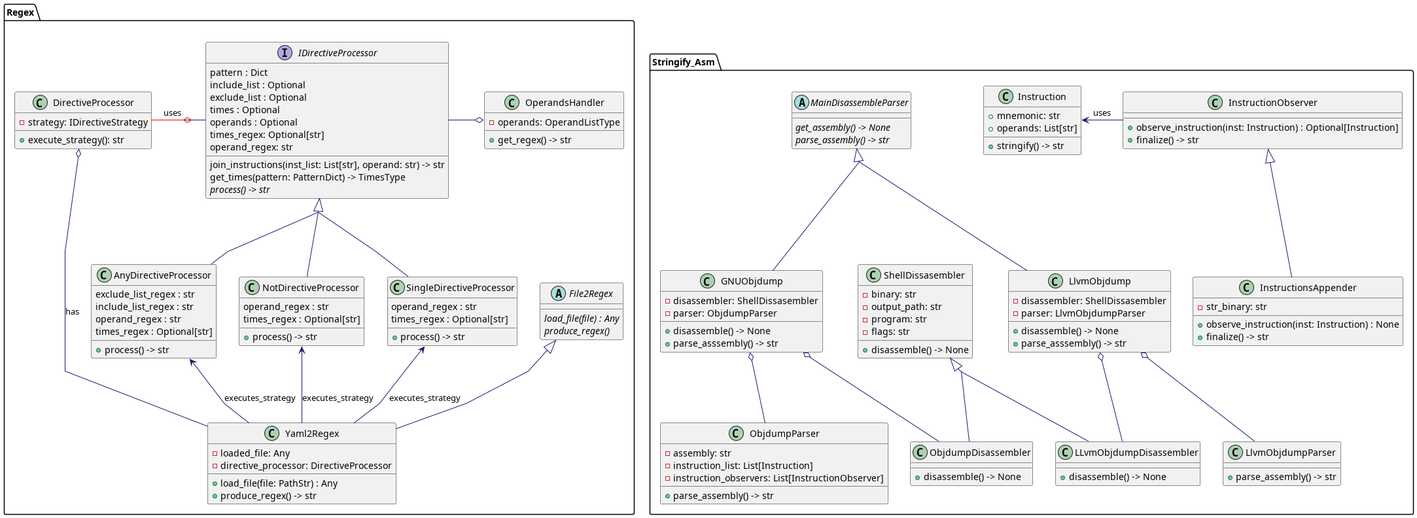
Above: design/diagram_class.png in JukMR/JASM (PlantUML), before the change.
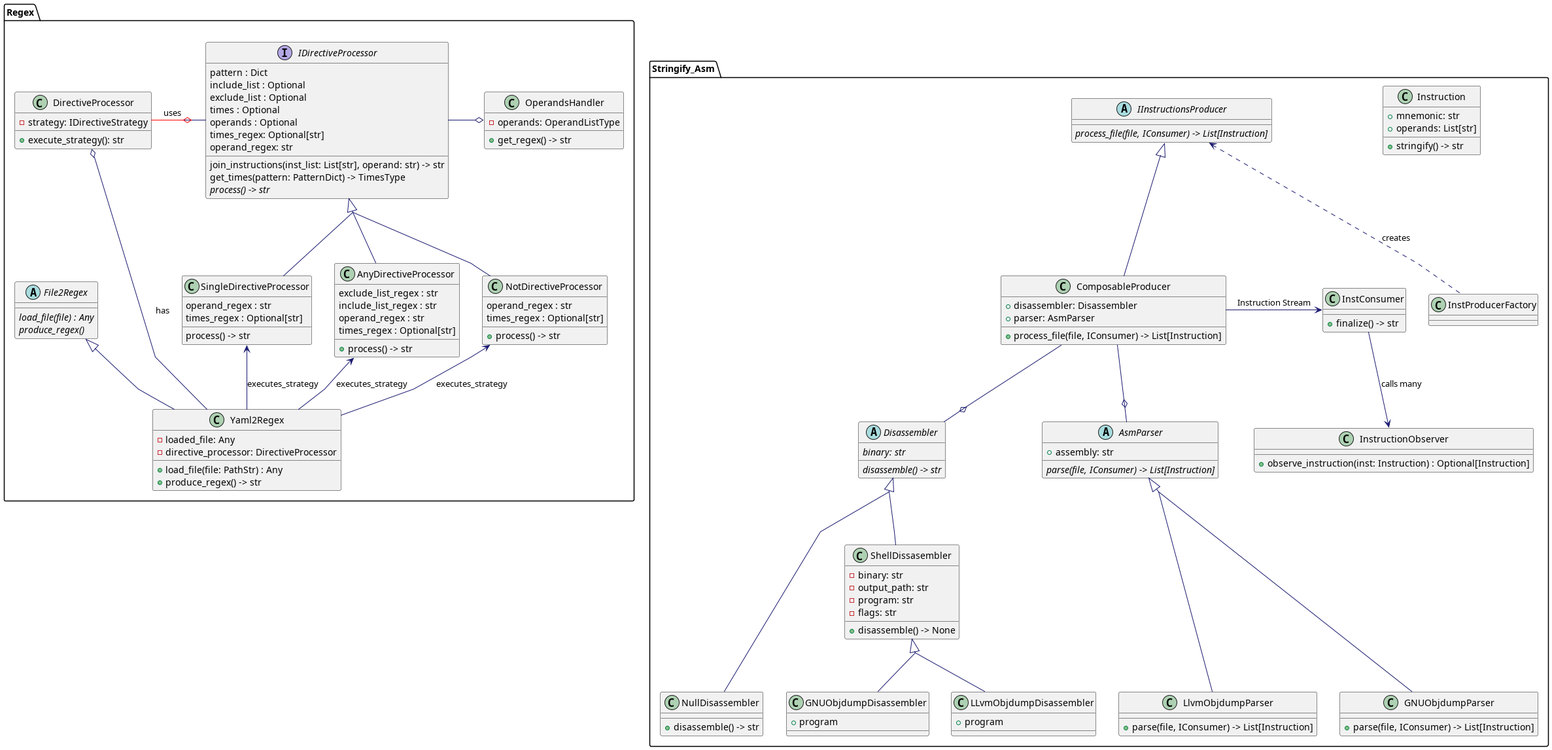
Above is the later version.

Commit message:
Add new design implemented by Dani

The edit, as a diff of the source:
```diff
@@ -14,66 +14,69 @@
 package "Stringify_Asm" {
 
     class Instruction {
-        +mnemonic: str
-        +operands: List[str]
-        +stringify() -> str
+        + mnemonic: str
+        + operands: List[str]
+        + stringify() -> str
     }
 
     class InstructionObserver {
-        +observe_instruction(inst: Instruction) : Optional[Instruction]
-        +finalize() -> str
+        + observe_instruction(inst: Instruction) : Optional[Instruction]
     }
 
-    abstract class MainDisassembleParser {
-        {abstract} get_assembly() -> None
-        {abstract} parse_assembly() -> str
+    abstract class Disassembler {
+        {abstract} binary: str
+        {abstract} disassemble() -> str
+    }
+
+    class GNUObjdumpDisassembler {
+        + program
     }
 
     class LLvmObjdumpDisassembler {
-        +disassemble() -> None
+        + program
+    }
+
+    class NullDisassembler {
+        + disassemble() -> str
+    }
+
+    abstract class AsmParser {
+        + assembly: str
+        {abstract} parse(file, IConsumer) -> List[Instruction]
     }
 
     class LlvmObjdumpParser {
-        +parse_assembly() -> str
+        + parse(file, IConsumer) -> List[Instruction]
     }
 
-    class LlvmObjdump {
-        -disassembler: ShellDissasembler
-        -parser: LlvmObjdumpParser
-        +disassemble() -> None
-        +parse_asssembly() -> str
+    abstract class IInstructionsProducer {
+        {abstract} process_file(file, IConsumer) -> List[Instruction]
     }
 
-    class ObjdumpDisassembler {
-        +disassemble() -> None
+    class ComposableProducer {
+        + disassembler: Disassembler
+        + parser: AsmParser
+        + process_file(file, IConsumer) -> List[Instruction]
     }
 
-    class ObjdumpParser {
-        -assembly: str
-        -instruction_list: List[Instruction]
-        -instruction_observers: List[InstructionObserver]
-        +parse_assembly() -> str
-    }
-
-    class GNUObjdump {
-        -disassembler: ShellDissasembler
-        -parser: ObjdumpParser
-        +disassemble() -> None
-        +parse_asssembly() -> str
-    }
-
-    class InstructionsAppender {
-        -str_binary: str
-        +observe_instruction(inst: Instruction) : None
-        +finalize() -> str
+    class GNUObjdumpParser {
+        + parse(file, IConsumer) -> List[Instruction]
     }
 
     class ShellDissasembler {
-        -binary: str
-        -output_path: str
-        -program: str
-        -flags: str
-        +disassemble() -> None
+        - binary: str
+        - output_path: str
+        - program: str
+        - flags: str
+        + disassemble() -> None
+    }
+
+    class InstConsumer {
+        + finalize() -> str
+    }
+
+    class InstProducerFactory {
+
     }
 }
 
@@ -85,58 +88,58 @@
     }
 
     class Yaml2Regex {
-        -loaded_file: Any
-        -directive_processor: DirectiveProcessor
-        +load_file(file: PathStr) : Any
-        +produce_regex() -> str
+        - loaded_file: Any
+        - directive_processor: DirectiveProcessor
+        + load_file(file: PathStr) : Any
+        + produce_regex() -> str
     }
 
     class OperandsHandler {
-        -operands: OperandListType
-        +get_regex() -> str
+        - operands: OperandListType
+        + get_regex() -> str
     }
 
     class DirectiveProcessor {
-        -strategy: IDirectiveStrategy
-        +execute_strategy(): str
+        - strategy: IDirectiveStrategy
+        + execute_strategy(): str
     }
 
     interface IDirectiveProcessor {
-    pattern : Dict
-    include_list : Optional
-    exclude_list : Optional
-    times : Optional
-    operands : Optional
-    times_regex: Optional[str]
-    operand_regex: str
+        pattern : Dict
+        include_list : Optional
+        exclude_list : Optional
+        times : Optional
+        operands : Optional
+        times_regex: Optional[str]
+        operand_regex: str
 
-    join_instructions(inst_list: List[str], operand: str) -> str
-    get_times(pattern: PatternDict) -> TimesType
-    {abstract}process() -> str
+        join_instructions(inst_list: List[str], operand: str) -> str
+        get_times(pattern: PatternDict) -> TimesType
+        {abstract}process() -> str
     }
 
 
     class AnyDirectiveProcessor {
-    exclude_list_regex : str
-    include_list_regex : str
-    operand_regex : str
-    times_regex : Optional[str]
+        exclude_list_regex : str
+        include_list_regex : str
+        operand_regex : str
+        times_regex : Optional[str]
 
-    +process() -> str
+        + process() -> str
     }
 
     class NotDirectiveProcessor {
-    operand_regex : str
-    times_regex : Optional[str]
+        operand_regex : str
+        times_regex : Optional[str]
 
-    +process() -> str
+        + process() -> str
     }
 
     class SingleDirectiveProcessor {
-    operand_regex : str
-    times_regex : Optional[str]
+        operand_regex : str
+        times_regex : Optional[str]
 
-    +process() -> str
+        process() -> str
     }
 
 
@@ -157,18 +160,26 @@
 IDirectiveProcessor -o OperandsHandler
 
 
-MainDisassembleParser <|-- GNUObjdump
-MainDisassembleParser <|-- LlvmObjdump
-Instruction <- InstructionObserver : uses
 File2Regex <|-- Yaml2Regex
-InstructionObserver <|-- InstructionsAppender
 
-GNUObjdump o-- ObjdumpDisassembler
-GNUObjdump o-- ObjdumpParser
 
-LlvmObjdump o-- LlvmObjdumpParser
-LlvmObjdump o-- LLvmObjdumpDisassembler
 
-ShellDissasembler <|-- ObjdumpDisassembler
+AsmParser <|--- GNUObjdumpParser
+AsmParser <|--- LlvmObjdumpParser
+
+Disassembler <|-- ShellDissasembler
+ShellDissasembler <|-- GNUObjdumpDisassembler
 ShellDissasembler <|-- LLvmObjdumpDisassembler
+Disassembler <|--- NullDisassembler
+
+IInstructionsProducer <|-- ComposableProducer
+ComposableProducer --o Disassembler
+ComposableProducer --o AsmParser
+
+IInstructionsProducer <.. InstProducerFactory :creates
+
+
+ComposableProducer -> InstConsumer : Instruction Stream
+
+InstConsumer --> InstructionObserver : calls many
 @enduml
```
